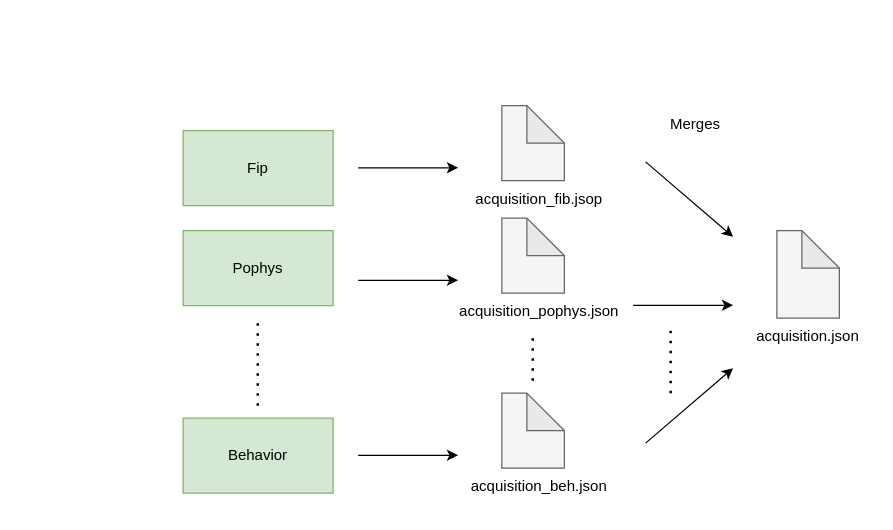
Earlier version of the draw.io diagram docs/source/diagrams/high_level/multimodal_1b.drawio (AllenNeuralDynamics/aind-software-docs). Source tidied: cells renumbered, new cells numbered last; positions are measured from the earlier drawing's top-left corner, leaving out a move shared by most shapes. Both pictures are drawn from the tidied source at 125%, with x=0, y=0 at pixel (171, 96).
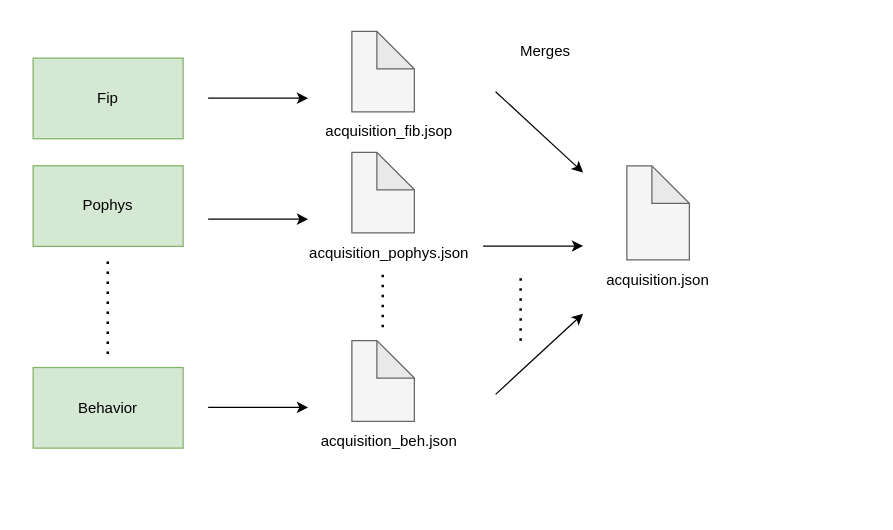
Above is the later version.

Change to the diagram source:
```diff
@@
+    <mxCell id="24" style="group;" parent="1" vertex="1">
+      <mxGeometry x="-120" y="-60" width="560" height="355" as="geometry" />
+    </mxCell>
-    <mxCell id="2" style="rounded=0;whiteSpace=wrap;html=1;strokeColor=none;" parent="1" vertex="1">
-      <mxGeometry width="560" height="330" as="geometry" />
+    <mxCell id="2" style="rounded=0;whiteSpace=wrap;html=1;strokeColor=none;" parent="24" vertex="1">
+      <mxGeometry width="560" height="355" as="geometry" />
     </mxCell>
-    <mxCell id="3" value="Fip" style="rounded=0;whiteSpace=wrap;html=1;labelBackgroundColor=none;fillColor=#d5e8d4;strokeColor=#82b366;" parent="1" vertex="1">
-      <mxGeometry x="9" y="27" width="120" height="60" as="geometry" />
+    <mxCell id="3" value="Fip" style="rounded=0;whiteSpace=wrap;html=1;labelBackgroundColor=none;fillColor=#d5e8d4;strokeColor=#82b366;" parent="24" vertex="1">
+      <mxGeometry x="9" y="29" width="120" height="64.5" as="geometry" />
     </mxCell>
-    <mxCell id="4" value="Pophys" style="rounded=0;whiteSpace=wrap;html=1;labelBackgroundColor=none;fillColor=#d5e8d4;strokeColor=#82b366;" parent="1" vertex="1">
-      <mxGeometry x="9" y="107" width="120" height="60" as="geometry" />
+    <mxCell id="4" value="Pophys" style="rounded=0;whiteSpace=wrap;html=1;labelBackgroundColor=none;fillColor=#d5e8d4;strokeColor=#82b366;" parent="24" vertex="1">
+      <mxGeometry x="9" y="115.1" width="120" height="64.5" as="geometry" />
     </mxCell>
-    <mxCell id="5" value="Behavior" style="rounded=0;whiteSpace=wrap;html=1;labelBackgroundColor=none;fillColor=#d5e8d4;strokeColor=#82b366;" parent="1" vertex="1">
-      <mxGeometry x="9" y="257" width="120" height="60" as="geometry" />
+    <mxCell id="5" value="Behavior" style="rounded=0;whiteSpace=wrap;html=1;labelBackgroundColor=none;fillColor=#d5e8d4;strokeColor=#82b366;" parent="24" vertex="1">
+      <mxGeometry x="9" y="276.5" width="120" height="64.5" as="geometry" />
     </mxCell>
-    <mxCell id="6" style="endArrow=none;dashed=1;html=1;dashPattern=1 3;strokeWidth=2;rounded=0;labelBackgroundColor=none;fontColor=default;fillColor=#d5e8d4;strokeColor=light-dark(#000000, #446e2c);" parent="1" edge="1">
+    <mxCell id="6" style="endArrow=none;dashed=1;html=1;dashPattern=1 3;strokeWidth=2;rounded=0;labelBackgroundColor=none;fontColor=default;fillColor=#d5e8d4;strokeColor=light-dark(#000000, #446e2c);" parent="24" edge="1">
       <mxGeometry relative="1" as="geometry">
-        <mxPoint x="68.7" y="247" as="sourcePoint" />
-        <mxPoint x="68.7" y="177" as="targetPoint" />
+        <mxPoint x="68.7" y="265.7" as="sourcePoint" />
+        <mxPoint x="68.7" y="190.4" as="targetPoint" />
       </mxGeometry>
     </mxCell>
-    <mxCell id="7" style="endArrow=classic;html=1;rounded=0;labelBackgroundColor=none;fontColor=default;" parent="1" edge="1">
+    <mxCell id="7" style="endArrow=classic;html=1;rounded=0;labelBackgroundColor=none;fontColor=default;" parent="24" edge="1">
       <mxGeometry relative="1" as="geometry">
-        <mxPoint x="149" y="56.7" as="sourcePoint" />
-        <mxPoint x="229" y="56.7" as="targetPoint" />
+        <mxPoint x="149" y="61" as="sourcePoint" />
+        <mxPoint x="229" y="61" as="targetPoint" />
       </mxGeometry>
     </mxCell>
-    <mxCell id="8" style="shape=note;whiteSpace=wrap;html=1;backgroundOutline=1;darkOpacity=0.05;labelBackgroundColor=none;fillColor=#f5f5f5;fontColor=#333333;strokeColor=#666666;" parent="1" vertex="1">
-      <mxGeometry x="264" y="7" width="50" height="60" as="geometry" />
+    <mxCell id="8" style="shape=note;whiteSpace=wrap;html=1;backgroundOutline=1;darkOpacity=0.05;labelBackgroundColor=none;fillColor=#f5f5f5;fontColor=#333333;strokeColor=#666666;" parent="24" vertex="1">
+      <mxGeometry x="264" y="7.5" width="50" height="64.5" as="geometry" />
     </mxCell>
-    <mxCell id="9" value="acquisition_fib&lt;span style=&quot;background-color: transparent; color: light-dark(rgb(0, 0, 0), rgb(255, 255, 255));&quot;&gt;.jsop&lt;/span&gt;" style="text;html=1;whiteSpace=wrap;align=center;verticalAlign=middle;rounded=0;labelBackgroundColor=none;" parent="1" vertex="1">
-      <mxGeometry x="269" y="77" width="50" height="10" as="geometry" />
+    <mxCell id="9" value="acquisition_fib&lt;span style=&quot;background-color: transparent; color: light-dark(rgb(0, 0, 0), rgb(255, 255, 255));&quot;&gt;.jsop&lt;/span&gt;" style="text;html=1;whiteSpace=wrap;align=center;verticalAlign=middle;rounded=0;labelBackgroundColor=none;" parent="24" vertex="1">
+      <mxGeometry x="269" y="82.8" width="50" height="10.8" as="geometry" />
     </mxCell>
-    <mxCell id="10" style="endArrow=classic;html=1;rounded=0;labelBackgroundColor=none;fontColor=default;" parent="1" edge="1">
+    <mxCell id="10" style="endArrow=classic;html=1;rounded=0;labelBackgroundColor=none;fontColor=default;" parent="24" edge="1">
       <mxGeometry relative="1" as="geometry">
-        <mxPoint x="149" y="146.7" as="sourcePoint" />
-        <mxPoint x="229" y="146.7" as="targetPoint" />
+        <mxPoint x="149" y="157.8" as="sourcePoint" />
+        <mxPoint x="229" y="157.8" as="targetPoint" />
       </mxGeometry>
     </mxCell>
-    <mxCell id="11" style="shape=note;whiteSpace=wrap;html=1;backgroundOutline=1;darkOpacity=0.05;labelBackgroundColor=none;fillColor=#f5f5f5;fontColor=#333333;strokeColor=#666666;" parent="1" vertex="1">
-      <mxGeometry x="264" y="97" width="50" height="60" as="geometry" />
+    <mxCell id="11" style="shape=note;whiteSpace=wrap;html=1;backgroundOutline=1;darkOpacity=0.05;labelBackgroundColor=none;fillColor=#f5f5f5;fontColor=#333333;strokeColor=#666666;" parent="24" vertex="1">
+      <mxGeometry x="264" y="104.3" width="50" height="64.5" as="geometry" />
     </mxCell>
-    <mxCell id="12" value="acquisition_pophys.json" style="text;html=1;whiteSpace=wrap;align=center;verticalAlign=middle;rounded=0;labelBackgroundColor=none;" parent="1" vertex="1">
-      <mxGeometry x="269" y="167" width="50" height="10" as="geometry" />
+    <mxCell id="12" value="acquisition_pophys.json" style="text;html=1;whiteSpace=wrap;align=center;verticalAlign=middle;rounded=0;labelBackgroundColor=none;" parent="24" vertex="1">
+      <mxGeometry x="269" y="179.7" width="50" height="10.8" as="geometry" />
     </mxCell>
-    <mxCell id="13" style="endArrow=classic;html=1;rounded=0;labelBackgroundColor=none;fontColor=default;" parent="1" edge="1">
+    <mxCell id="13" style="endArrow=classic;html=1;rounded=0;labelBackgroundColor=none;fontColor=default;" parent="24" edge="1">
       <mxGeometry relative="1" as="geometry">
-        <mxPoint x="149" y="286.7" as="sourcePoint" />
-        <mxPoint x="229" y="286.7" as="targetPoint" />
+        <mxPoint x="149" y="308.4" as="sourcePoint" />
+        <mxPoint x="229" y="308.4" as="targetPoint" />
       </mxGeometry>
     </mxCell>
-    <mxCell id="14" style="shape=note;whiteSpace=wrap;html=1;backgroundOutline=1;darkOpacity=0.05;labelBackgroundColor=none;fillColor=#f5f5f5;fontColor=#333333;strokeColor=#666666;" parent="1" vertex="1">
-      <mxGeometry x="264" y="237" width="50" height="60" as="geometry" />
+    <mxCell id="14" style="shape=note;whiteSpace=wrap;html=1;backgroundOutline=1;darkOpacity=0.05;labelBackgroundColor=none;fillColor=#f5f5f5;fontColor=#333333;strokeColor=#666666;" parent="24" vertex="1">
+      <mxGeometry x="264" y="255" width="50" height="64.5" as="geometry" />
     </mxCell>
-    <mxCell id="15" value="acquisition_beh&lt;span style=&quot;background-color: transparent; color: light-dark(rgb(0, 0, 0), rgb(255, 255, 255));&quot;&gt;.json&lt;/span&gt;" style="text;html=1;whiteSpace=wrap;align=center;verticalAlign=middle;rounded=0;labelBackgroundColor=none;" parent="1" vertex="1">
-      <mxGeometry x="269" y="307" width="50" height="10" as="geometry" />
+    <mxCell id="15" value="acquisition_beh&lt;span style=&quot;background-color: transparent; color: light-dark(rgb(0, 0, 0), rgb(255, 255, 255));&quot;&gt;.json&lt;/span&gt;" style="text;html=1;whiteSpace=wrap;align=center;verticalAlign=middle;rounded=0;labelBackgroundColor=none;" parent="24" vertex="1">
+      <mxGeometry x="269" y="330.3" width="50" height="10.8" as="geometry" />
     </mxCell>
-    <mxCell id="16" style="endArrow=none;dashed=1;html=1;dashPattern=1 3;strokeWidth=2;rounded=0;labelBackgroundColor=none;fontColor=default;" parent="1" edge="1">
+    <mxCell id="16" style="endArrow=none;dashed=1;html=1;dashPattern=1 3;strokeWidth=2;rounded=0;labelBackgroundColor=none;fontColor=default;" parent="24" edge="1">
       <mxGeometry relative="1" as="geometry">
-        <mxPoint x="288.7" y="227" as="sourcePoint" />
-        <mxPoint x="288.7" y="187" as="targetPoint" />
+        <mxPoint x="288.7" y="244.2" as="sourcePoint" />
+        <mxPoint x="288.7" y="201.2" as="targetPoint" />
       </mxGeometry>
     </mxCell>
-    <mxCell id="17" style="endArrow=classic;html=1;rounded=0;labelBackgroundColor=none;fontColor=default;" parent="1" edge="1">
+    <mxCell id="17" style="endArrow=classic;html=1;rounded=0;labelBackgroundColor=none;fontColor=default;" parent="24" edge="1">
       <mxGeometry relative="1" as="geometry">
-        <mxPoint x="379" y="52" as="sourcePoint" />
-        <mxPoint x="449" y="112" as="targetPoint" />
+        <mxPoint x="379" y="55.9" as="sourcePoint" />
+        <mxPoint x="449" y="120.5" as="targetPoint" />
       </mxGeometry>
     </mxCell>
-    <mxCell id="18" style="endArrow=classic;html=1;rounded=0;labelBackgroundColor=none;fontColor=default;" parent="1" edge="1">
+    <mxCell id="18" style="endArrow=classic;html=1;rounded=0;labelBackgroundColor=none;fontColor=default;" parent="24" edge="1">
       <mxGeometry relative="1" as="geometry">
-        <mxPoint x="369" y="166.7" as="sourcePoint" />
-        <mxPoint x="449" y="166.7" as="targetPoint" />
+        <mxPoint x="369" y="179.3" as="sourcePoint" />
+        <mxPoint x="449" y="179.3" as="targetPoint" />
       </mxGeometry>
     </mxCell>
-    <mxCell id="19" style="shape=note;whiteSpace=wrap;html=1;backgroundOutline=1;darkOpacity=0.05;labelBackgroundColor=none;fillColor=#f5f5f5;fontColor=#333333;strokeColor=#666666;" parent="1" vertex="1">
-      <mxGeometry x="484" y="107" width="50" height="70" as="geometry" />
+    <mxCell id="19" style="shape=note;whiteSpace=wrap;html=1;backgroundOutline=1;darkOpacity=0.05;labelBackgroundColor=none;fillColor=#f5f5f5;fontColor=#333333;strokeColor=#666666;" parent="24" vertex="1">
+      <mxGeometry x="484" y="115.1" width="50" height="75.3" as="geometry" />
     </mxCell>
-    <mxCell id="20" value="acquisition.json" style="text;html=1;whiteSpace=wrap;align=center;verticalAlign=middle;rounded=0;labelBackgroundColor=none;" parent="1" vertex="1">
-      <mxGeometry x="479" y="177" width="60" height="30" as="geometry" />
+    <mxCell id="20" value="acquisition.json" style="text;html=1;whiteSpace=wrap;align=center;verticalAlign=middle;rounded=0;labelBackgroundColor=none;" parent="24" vertex="1">
+      <mxGeometry x="479" y="190.4" width="60" height="32.3" as="geometry" />
     </mxCell>
-    <mxCell id="21" style="endArrow=classic;html=1;rounded=0;labelBackgroundColor=none;fontColor=default;" parent="1" edge="1">
+    <mxCell id="21" style="endArrow=classic;html=1;rounded=0;labelBackgroundColor=none;fontColor=default;" parent="24" edge="1">
       <mxGeometry relative="1" as="geometry">
-        <mxPoint x="379" y="277" as="sourcePoint" />
-        <mxPoint x="449" y="217" as="targetPoint" />
+        <mxPoint x="379" y="298" as="sourcePoint" />
+        <mxPoint x="449" y="233.4" as="targetPoint" />
       </mxGeometry>
     </mxCell>
-    <mxCell id="22" style="endArrow=none;dashed=1;html=1;dashPattern=1 3;strokeWidth=2;rounded=0;labelBackgroundColor=none;fontColor=default;" parent="1" edge="1">
+    <mxCell id="22" style="endArrow=none;dashed=1;html=1;dashPattern=1 3;strokeWidth=2;rounded=0;labelBackgroundColor=none;fontColor=default;" parent="24" edge="1">
       <mxGeometry relative="1" as="geometry">
-        <mxPoint x="399" y="237" as="sourcePoint" />
-        <mxPoint x="399" y="187" as="targetPoint" />
+        <mxPoint x="399" y="255" as="sourcePoint" />
+        <mxPoint x="399" y="201.2" as="targetPoint" />
       </mxGeometry>
     </mxCell>
-    <mxCell id="23" value="Merges" style="text;html=1;whiteSpace=wrap;align=center;verticalAlign=middle;rounded=0;labelBackgroundColor=none;" parent="1" vertex="1">
-      <mxGeometry x="389" y="7" width="60" height="30" as="geometry" />
+    <mxCell id="23" value="Merges" style="text;html=1;whiteSpace=wrap;align=center;verticalAlign=middle;rounded=0;labelBackgroundColor=none;" parent="24" vertex="1">
+      <mxGeometry x="389" y="7.5" width="60" height="32.3" as="geometry" />
     </mxCell>
```
